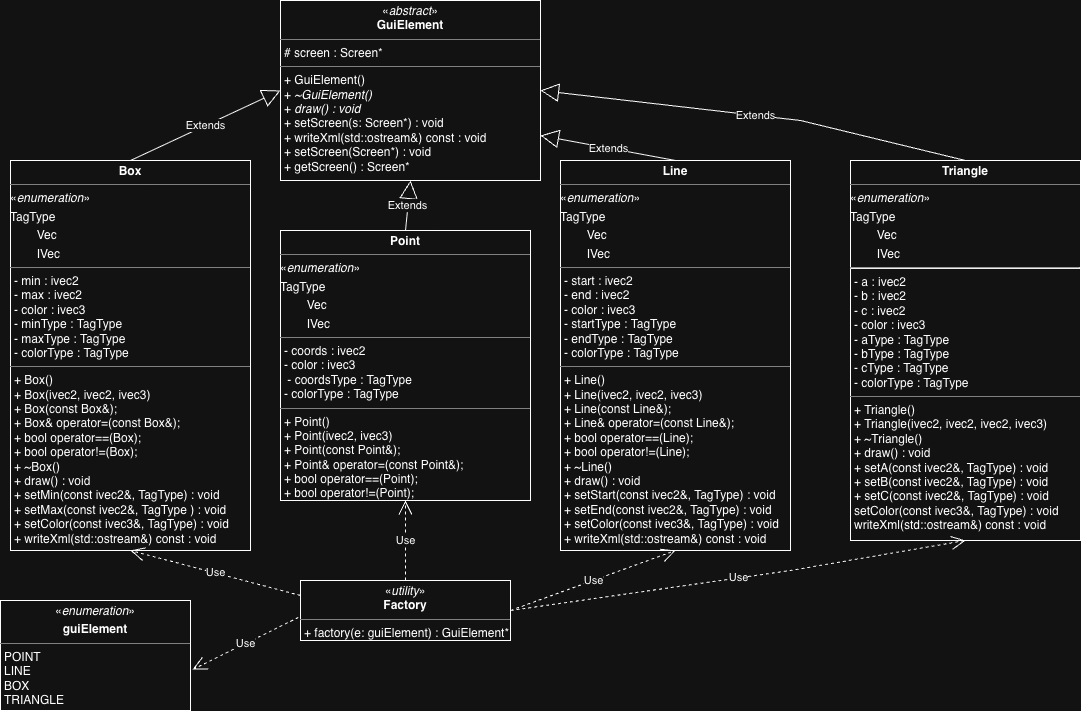
cgreen2048/ArtHuddle keeps this draw.io diagram as images/Milestone004_UML.png. Above is the earlier version. Source tidied: cells renumbered, new cells last; positions are measured from the earlier drawing's top-left corner, leaving out a move shared by most shapes.
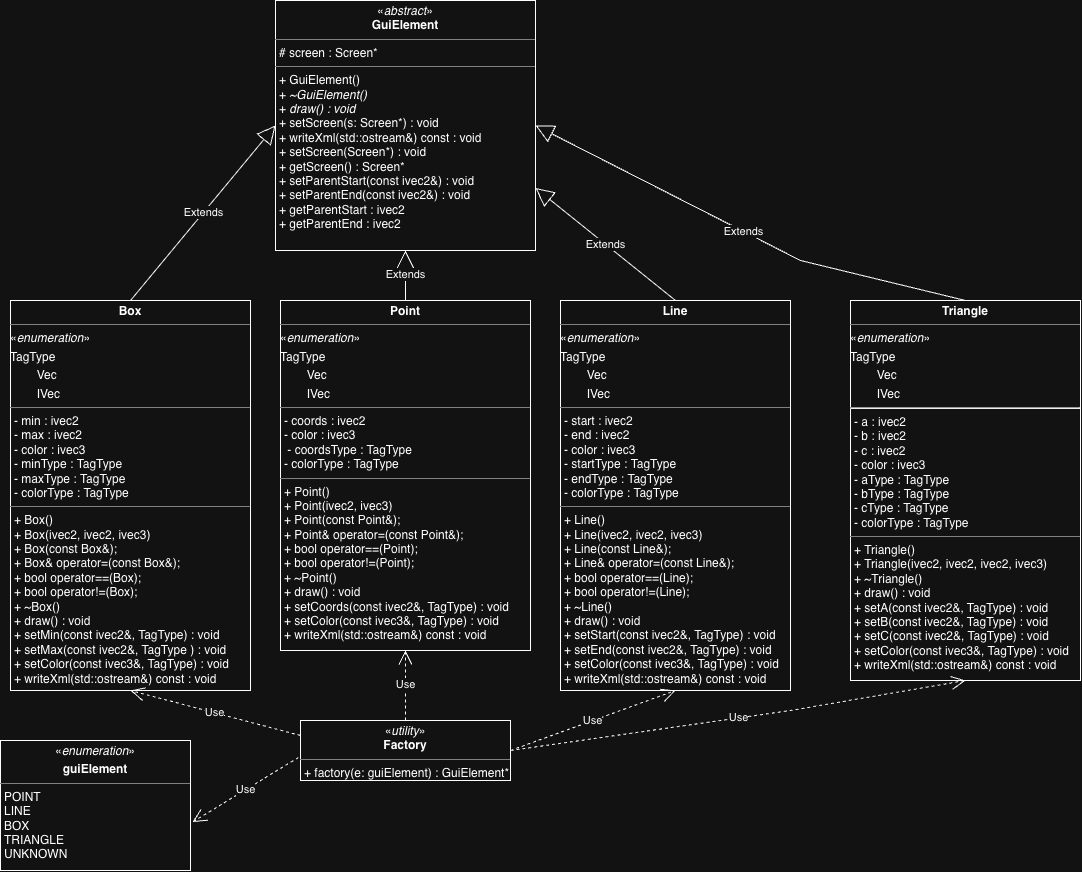
After the commit.

Commit message:
updated milestone 4 uml

Diff of the diagram source:
```diff
@@ -2,11 +2,11 @@
   <root>
     <mxCell id="0" />
     <mxCell id="1" parent="0" />
-    <mxCell id="2" value="&lt;p style=&quot;margin:0px;margin-top:4px;text-align:center;&quot;&gt;&lt;span style=&quot;background-color: transparent; color: light-dark(rgb(0, 0, 0), rgb(255, 255, 255));&quot;&gt;«&lt;/span&gt;&lt;i&gt;abstract&lt;/i&gt;»&lt;br&gt;&lt;b&gt;GuiElement&lt;/b&gt;&lt;/p&gt;&lt;hr size=&quot;1&quot; style=&quot;border-style:solid;&quot;&gt;&lt;p style=&quot;margin:0px;margin-left:4px;&quot;&gt;# screen : Screen*&lt;br&gt;&lt;/p&gt;&lt;hr size=&quot;1&quot; style=&quot;border-style:solid;&quot;&gt;&lt;p style=&quot;margin:0px;margin-left:4px;&quot;&gt;+&amp;nbsp;GuiElement()&lt;br&gt;+&amp;nbsp;&lt;i&gt;~GuiElement()&lt;/i&gt;&lt;/p&gt;&lt;p style=&quot;margin:0px;margin-left:4px;&quot;&gt;+&amp;nbsp;&lt;i&gt;draw()&lt;/i&gt; &lt;i&gt;: void&lt;/i&gt;&lt;/p&gt;&lt;p style=&quot;margin:0px;margin-left:4px;&quot;&gt;+&amp;nbsp;setScreen(s: Screen*) : void&lt;/p&gt;&lt;p style=&quot;margin:0px;margin-left:4px;&quot;&gt;+ writeXml(std::ostream&amp;amp;) const : void&lt;/p&gt;&lt;p style=&quot;margin:0px;margin-left:4px;&quot;&gt;&lt;span style=&quot;white-space: pre; white-space: normal;&quot;&gt;&#9;&#9;&lt;/span&gt;&lt;/p&gt;&lt;p style=&quot;margin:0px;margin-left:4px;&quot;&gt;&lt;span style=&quot;white-space: normal;&quot;&gt;+ setScreen(Screen*) : void&lt;/span&gt;&lt;/p&gt;&lt;p style=&quot;margin:0px;margin-left:4px;&quot;&gt;&lt;span style=&quot;white-space: normal;&quot;&gt;+ getScreen() : Screen*&lt;/span&gt;&lt;/p&gt;&lt;p style=&quot;margin:0px;margin-left:4px;&quot;&gt;&lt;br&gt;&lt;/p&gt;" style="verticalAlign=top;align=left;overflow=fill;html=1;whiteSpace=wrap;" parent="1" vertex="1">
-      <mxGeometry x="280" width="260" height="180" as="geometry" />
+    <mxCell id="2" value="&lt;p style=&quot;margin:0px;margin-top:4px;text-align:center;&quot;&gt;&lt;span style=&quot;background-color: transparent; color: light-dark(rgb(0, 0, 0), rgb(255, 255, 255));&quot;&gt;«&lt;/span&gt;&lt;i&gt;abstract&lt;/i&gt;»&lt;br&gt;&lt;b&gt;GuiElement&lt;/b&gt;&lt;/p&gt;&lt;hr size=&quot;1&quot; style=&quot;border-style:solid;&quot;&gt;&lt;p style=&quot;margin:0px;margin-left:4px;&quot;&gt;# screen : Screen*&lt;br&gt;&lt;/p&gt;&lt;hr size=&quot;1&quot; style=&quot;border-style:solid;&quot;&gt;&lt;p style=&quot;margin:0px;margin-left:4px;&quot;&gt;+&amp;nbsp;GuiElement()&lt;br&gt;+&amp;nbsp;&lt;i&gt;~GuiElement()&lt;/i&gt;&lt;/p&gt;&lt;p style=&quot;margin:0px;margin-left:4px;&quot;&gt;+&amp;nbsp;&lt;i&gt;draw()&lt;/i&gt; &lt;i&gt;: void&lt;/i&gt;&lt;/p&gt;&lt;p style=&quot;margin:0px;margin-left:4px;&quot;&gt;+&amp;nbsp;setScreen(s: Screen*) : void&lt;/p&gt;&lt;p style=&quot;margin:0px;margin-left:4px;&quot;&gt;+ writeXml(std::ostream&amp;amp;) const : void&lt;/p&gt;&lt;p style=&quot;margin:0px;margin-left:4px;&quot;&gt;&lt;span style=&quot;white-space: pre; white-space: normal;&quot;&gt;&#9;&#9;&lt;/span&gt;&lt;/p&gt;&lt;p style=&quot;margin:0px;margin-left:4px;&quot;&gt;&lt;span style=&quot;white-space: normal;&quot;&gt;+ setScreen(Screen*) : void&lt;/span&gt;&lt;/p&gt;&lt;p style=&quot;margin:0px;margin-left:4px;&quot;&gt;&lt;span style=&quot;white-space: normal;&quot;&gt;+ getScreen() : Screen*&lt;/span&gt;&lt;/p&gt;&lt;p style=&quot;margin:0px;margin-left:4px;&quot;&gt;&lt;span style=&quot;white-space: normal;&quot;&gt;+ setParentStart(const ivec2&amp;amp;) : void&lt;/span&gt;&lt;/p&gt;&lt;p style=&quot;margin:0px;margin-left:4px;&quot;&gt;&lt;span style=&quot;white-space: normal;&quot;&gt;+ setParentEnd(const ivec2&amp;amp;) : void&lt;/span&gt;&lt;/p&gt;&lt;p style=&quot;margin:0px;margin-left:4px;&quot;&gt;&lt;span style=&quot;white-space: normal;&quot;&gt;+ getParentStart : ivec2&lt;/span&gt;&lt;/p&gt;&lt;p style=&quot;margin:0px;margin-left:4px;&quot;&gt;&lt;span style=&quot;white-space: normal;&quot;&gt;+ getParentEnd : ivec2&lt;/span&gt;&lt;/p&gt;&lt;p style=&quot;margin:0px;margin-left:4px;&quot;&gt;&lt;br&gt;&lt;/p&gt;" style="verticalAlign=top;align=left;overflow=fill;html=1;whiteSpace=wrap;" parent="1" vertex="1">
+      <mxGeometry x="275" y="-140" width="260" height="250" as="geometry" />
     </mxCell>
-    <mxCell id="3" value="&lt;p style=&quot;margin:0px;margin-top:4px;text-align:center;&quot;&gt;«&lt;i&gt;enumeration&lt;/i&gt;»&lt;br&gt;&lt;/p&gt;&lt;p style=&quot;margin:0px;margin-top:4px;text-align:center;&quot;&gt;&lt;b&gt;guiElement&lt;/b&gt;&lt;/p&gt;&lt;hr size=&quot;1&quot; style=&quot;border-style:solid;&quot;&gt;&lt;p style=&quot;margin:0px;margin-left:4px;&quot;&gt;POINT&lt;br&gt;LINE&lt;/p&gt;&lt;p style=&quot;margin:0px;margin-left:4px;&quot;&gt;BOX&lt;/p&gt;&lt;p style=&quot;margin:0px;margin-left:4px;&quot;&gt;TRIANGLE&lt;/p&gt;" style="verticalAlign=top;align=left;overflow=fill;html=1;whiteSpace=wrap;" parent="1" vertex="1">
-      <mxGeometry y="600" width="190" height="110" as="geometry" />
+    <mxCell id="3" value="&lt;p style=&quot;margin:0px;margin-top:4px;text-align:center;&quot;&gt;«&lt;i&gt;enumeration&lt;/i&gt;»&lt;br&gt;&lt;/p&gt;&lt;p style=&quot;margin:0px;margin-top:4px;text-align:center;&quot;&gt;&lt;b&gt;guiElement&lt;/b&gt;&lt;/p&gt;&lt;hr size=&quot;1&quot; style=&quot;border-style:solid;&quot;&gt;&lt;p style=&quot;margin:0px;margin-left:4px;&quot;&gt;POINT&lt;br&gt;LINE&lt;/p&gt;&lt;p style=&quot;margin:0px;margin-left:4px;&quot;&gt;BOX&lt;/p&gt;&lt;p style=&quot;margin:0px;margin-left:4px;&quot;&gt;TRIANGLE&lt;/p&gt;&lt;p style=&quot;margin:0px;margin-left:4px;&quot;&gt;UNKNOWN&lt;/p&gt;" style="verticalAlign=top;align=left;overflow=fill;html=1;whiteSpace=wrap;" parent="1" vertex="1">
+      <mxGeometry y="600" width="190" height="130" as="geometry" />
     </mxCell>
     <mxCell id="4" value="&lt;p style=&quot;margin:0px;margin-top:4px;text-align:center;&quot;&gt;&lt;span style=&quot;background-color: transparent; color: light-dark(rgb(0, 0, 0), rgb(255, 255, 255));&quot;&gt;«&lt;/span&gt;&lt;i&gt;utility&lt;/i&gt;»&lt;br&gt;&lt;b&gt;Factory&lt;/b&gt;&lt;/p&gt;&lt;hr size=&quot;1&quot; style=&quot;border-style:solid;&quot;&gt;&lt;p style=&quot;margin:0px;margin-left:4px;&quot;&gt;+ factory(e: guiElement) : GuiElement*&lt;br&gt;&lt;br&gt;&lt;/p&gt;&lt;p style=&quot;margin:0px;margin-left:4px;&quot;&gt;&lt;br&gt;&lt;/p&gt;" style="verticalAlign=top;align=left;overflow=fill;html=1;whiteSpace=wrap;" parent="1" vertex="1">
       <mxGeometry x="300" y="580" width="210" height="60" as="geometry" />
@@ -18,7 +18,7 @@
       <mxGeometry x="560" y="160" width="230" height="390" as="geometry" />
     </mxCell>
     <mxCell id="7" value="&lt;p style=&quot;margin:0px;margin-top:4px;text-align:center;&quot;&gt;&lt;b&gt;Point&lt;/b&gt;&lt;/p&gt;&lt;hr size=&quot;1&quot; style=&quot;border-style:solid;&quot;&gt;&lt;p style=&quot;margin: 4px 0px 0px;&quot;&gt;«&lt;i&gt;enumeration&lt;/i&gt;»&lt;/p&gt;&lt;p style=&quot;margin: 4px 0px 0px;&quot;&gt;TagType&lt;/p&gt;&lt;p style=&quot;margin: 4px 0px 0px;&quot;&gt;&lt;span style=&quot;white-space: pre;&quot;&gt;&#9;&lt;/span&gt;Vec&lt;br&gt;&lt;/p&gt;&lt;p style=&quot;margin: 4px 0px 0px;&quot;&gt;&lt;span style=&quot;white-space: pre;&quot;&gt;&#9;&lt;/span&gt;IVec&lt;/p&gt;&lt;hr size=&quot;1&quot; style=&quot;border-style: solid;&quot;&gt;&lt;p style=&quot;margin: 0px 0px 0px 4px;&quot;&gt;&lt;span style=&quot;background-color: transparent; color: light-dark(rgb(0, 0, 0), rgb(255, 255, 255));&quot;&gt;- coords : ivec2&lt;/span&gt;&lt;/p&gt;&lt;p style=&quot;margin:0px;margin-left:4px;&quot;&gt;- color : ivec3&lt;/p&gt;&lt;p style=&quot;margin:0px;margin-left:4px;&quot;&gt;&amp;nbsp;- coordsType : TagType&lt;/p&gt;&lt;p style=&quot;margin:0px;margin-left:4px;&quot;&gt;&lt;span style=&quot;white-space: normal;&quot;&gt;- colorType :&amp;nbsp;&lt;/span&gt;&lt;span style=&quot;background-color: transparent; color: light-dark(rgb(0, 0, 0), rgb(255, 255, 255));&quot;&gt;TagType&lt;/span&gt;&lt;/p&gt;&lt;hr size=&quot;1&quot; style=&quot;border-style:solid;&quot;&gt;&lt;p style=&quot;margin:0px;margin-left:4px;&quot;&gt;+ Point()&lt;/p&gt;&lt;p style=&quot;margin:0px;margin-left:4px;&quot;&gt;+ Point(ivec2, ivec3)&lt;/p&gt;&lt;p style=&quot;margin:0px;margin-left:4px;&quot;&gt;+ Point(const Point&amp;amp;);&lt;/p&gt;&lt;p style=&quot;margin:0px;margin-left:4px;&quot;&gt;+ Point&amp;amp; operator=(const Point&amp;amp;);&lt;/p&gt;&lt;p style=&quot;margin:0px;margin-left:4px;&quot;&gt;&lt;span style=&quot;white-space: normal;&quot;&gt;+ bool operator==(Point);&lt;/span&gt;&lt;/p&gt;&lt;p style=&quot;margin:0px;margin-left:4px;&quot;&gt;+ bool operator!=(Point);&lt;/p&gt;&lt;p style=&quot;margin:0px;margin-left:4px;&quot;&gt;+&amp;nbsp;~Point()&lt;/p&gt;&lt;p style=&quot;margin:0px;margin-left:4px;&quot;&gt;+&amp;nbsp;draw() : void&lt;/p&gt;&lt;p style=&quot;margin:0px;margin-left:4px;&quot;&gt;+ setCoords(const ivec2&amp;amp;, TagType) : void&lt;/p&gt;&lt;p style=&quot;margin:0px;margin-left:4px;&quot;&gt;&lt;span style=&quot;white-space: normal;&quot;&gt;+ setColor(const ivec3&amp;amp;, TagType) : void&lt;/span&gt;&lt;/p&gt;&lt;p style=&quot;margin:0px;margin-left:4px;&quot;&gt;&lt;span style=&quot;white-space: normal;&quot;&gt;+ writeXml(std::ostream&amp;amp;) const : void&lt;/span&gt;&lt;/p&gt;" style="verticalAlign=top;align=left;overflow=fill;html=1;whiteSpace=wrap;" parent="1" vertex="1">
-      <mxGeometry x="280" y="230" width="250" height="270" as="geometry" />
+      <mxGeometry x="280" y="160" width="250" height="350" as="geometry" />
     </mxCell>
     <mxCell id="8" value="Extends" style="endArrow=block;endSize=16;endFill=0;html=1;rounded=0;exitX=0.5;exitY=0;exitDx=0;exitDy=0;entryX=0;entryY=0.5;entryDx=0;entryDy=0;" parent="1" edge="1" source="5" target="2">
       <mxGeometry relative="1" as="geometry" />
@@ -41,7 +41,7 @@
     <mxCell id="14" value="Use" style="endArrow=open;endSize=12;dashed=1;html=1;rounded=0;entryX=1.011;entryY=0.627;entryDx=0;entryDy=0;entryPerimeter=0;exitX=-0.01;exitY=0.617;exitDx=0;exitDy=0;exitPerimeter=0;" parent="1" edge="1" source="4" target="3">
       <mxGeometry relative="1" as="geometry" />
     </mxCell>
-    <mxCell id="15" value="&lt;p style=&quot;margin:0px;margin-top:4px;text-align:center;&quot;&gt;&lt;b&gt;Triangle&lt;/b&gt;&lt;/p&gt;&lt;hr size=&quot;1&quot; style=&quot;border-style:solid;&quot;&gt;&lt;p style=&quot;margin: 4px 0px 0px;&quot;&gt;«&lt;i&gt;enumeration&lt;/i&gt;»&lt;/p&gt;&lt;p style=&quot;margin: 4px 0px 0px;&quot;&gt;TagType&lt;/p&gt;&lt;p style=&quot;margin: 4px 0px 0px;&quot;&gt;&lt;span style=&quot;white-space: pre;&quot;&gt;&#9;&lt;/span&gt;Vec&lt;br&gt;&lt;/p&gt;&lt;p style=&quot;margin: 4px 0px 0px;&quot;&gt;&lt;span style=&quot;white-space: pre;&quot;&gt;&#9;&lt;/span&gt;IVec&lt;/p&gt;&lt;hr&gt;&lt;p style=&quot;margin:0px;margin-left:4px;&quot;&gt;&lt;span style=&quot;background-color: transparent; color: light-dark(rgb(0, 0, 0), rgb(255, 255, 255));&quot;&gt;- a : ivec2&lt;/span&gt;&lt;/p&gt;&lt;p style=&quot;margin:0px;margin-left:4px;&quot;&gt;- b : ivec2&lt;/p&gt;&lt;p style=&quot;margin:0px;margin-left:4px;&quot;&gt;- c : ivec2&lt;/p&gt;&lt;p style=&quot;margin:0px;margin-left:4px;&quot;&gt;- color : ivec3&lt;br&gt;&lt;/p&gt;&lt;p style=&quot;margin:0px;margin-left:4px;&quot;&gt;-&amp;nbsp;&lt;span style=&quot;background-color: transparent;&quot;&gt;aType : TagType&lt;/span&gt;&lt;/p&gt;&lt;p style=&quot;margin:0px;margin-left:4px;&quot;&gt;&lt;span style=&quot;white-space: normal;&quot;&gt;- bType : TagType&lt;/span&gt;&lt;/p&gt;&lt;p style=&quot;margin:0px;margin-left:4px;&quot;&gt;- cType : TagType&lt;/p&gt;&lt;p style=&quot;margin:0px;margin-left:4px;&quot;&gt;&lt;span style=&quot;white-space: normal;&quot;&gt;- colorType : TagType&lt;/span&gt;&lt;/p&gt;&lt;hr size=&quot;1&quot; style=&quot;border-style:solid;&quot;&gt;&lt;p style=&quot;margin:0px;margin-left:4px;&quot;&gt;+ Triangle()&lt;/p&gt;&lt;p style=&quot;margin:0px;margin-left:4px;&quot;&gt;+ Triangle(ivec2, ivec2, ivec2, ivec3)&lt;/p&gt;&lt;p style=&quot;margin:0px;margin-left:4px;&quot;&gt;&lt;span style=&quot;background-color: transparent; color: light-dark(rgb(0, 0, 0), rgb(255, 255, 255));&quot;&gt;+&amp;nbsp;~Triangle()&lt;/span&gt;&lt;/p&gt;&lt;p style=&quot;margin:0px;margin-left:4px;&quot;&gt;+&amp;nbsp;draw() : void&lt;/p&gt;&lt;p style=&quot;margin:0px;margin-left:4px;&quot;&gt;+ setA(const ivec2&amp;amp;, TagType) : void&lt;/p&gt;&lt;p style=&quot;margin:0px;margin-left:4px;&quot;&gt;&lt;span style=&quot;white-space: normal;&quot;&gt;+ setB(const ivec2&amp;amp;, TagType) : void&lt;/span&gt;&lt;/p&gt;&lt;p style=&quot;margin:0px;margin-left:4px;&quot;&gt;+ setC(const ivec2&amp;amp;, TagType) : void&lt;/p&gt;&lt;p style=&quot;margin:0px;margin-left:4px;&quot;&gt;&lt;span style=&quot;white-space: normal;&quot;&gt;setColor(const ivec3&amp;amp;, TagType) : void&lt;/span&gt;&lt;/p&gt;&lt;p style=&quot;margin:0px;margin-left:4px;&quot;&gt;&lt;span style=&quot;white-space: normal;&quot;&gt;writeXml(std::ostream&amp;amp;) const : void&lt;/span&gt;&lt;/p&gt;" style="verticalAlign=top;align=left;overflow=fill;html=1;whiteSpace=wrap;" parent="1" vertex="1">
+    <mxCell id="15" value="&lt;p style=&quot;margin:0px;margin-top:4px;text-align:center;&quot;&gt;&lt;b&gt;Triangle&lt;/b&gt;&lt;/p&gt;&lt;hr size=&quot;1&quot; style=&quot;border-style:solid;&quot;&gt;&lt;p style=&quot;margin: 4px 0px 0px;&quot;&gt;«&lt;i&gt;enumeration&lt;/i&gt;»&lt;/p&gt;&lt;p style=&quot;margin: 4px 0px 0px;&quot;&gt;TagType&lt;/p&gt;&lt;p style=&quot;margin: 4px 0px 0px;&quot;&gt;&lt;span style=&quot;white-space: pre;&quot;&gt;&#9;&lt;/span&gt;Vec&lt;br&gt;&lt;/p&gt;&lt;p style=&quot;margin: 4px 0px 0px;&quot;&gt;&lt;span style=&quot;white-space: pre;&quot;&gt;&#9;&lt;/span&gt;IVec&lt;/p&gt;&lt;hr&gt;&lt;p style=&quot;margin:0px;margin-left:4px;&quot;&gt;&lt;span style=&quot;background-color: transparent; color: light-dark(rgb(0, 0, 0), rgb(255, 255, 255));&quot;&gt;- a : ivec2&lt;/span&gt;&lt;/p&gt;&lt;p style=&quot;margin:0px;margin-left:4px;&quot;&gt;- b : ivec2&lt;/p&gt;&lt;p style=&quot;margin:0px;margin-left:4px;&quot;&gt;- c : ivec2&lt;/p&gt;&lt;p style=&quot;margin:0px;margin-left:4px;&quot;&gt;- color : ivec3&lt;br&gt;&lt;/p&gt;&lt;p style=&quot;margin:0px;margin-left:4px;&quot;&gt;-&amp;nbsp;&lt;span style=&quot;background-color: transparent;&quot;&gt;aType : TagType&lt;/span&gt;&lt;/p&gt;&lt;p style=&quot;margin:0px;margin-left:4px;&quot;&gt;&lt;span style=&quot;white-space: normal;&quot;&gt;- bType : TagType&lt;/span&gt;&lt;/p&gt;&lt;p style=&quot;margin:0px;margin-left:4px;&quot;&gt;- cType : TagType&lt;/p&gt;&lt;p style=&quot;margin:0px;margin-left:4px;&quot;&gt;&lt;span style=&quot;white-space: normal;&quot;&gt;- colorType : TagType&lt;/span&gt;&lt;/p&gt;&lt;hr size=&quot;1&quot; style=&quot;border-style:solid;&quot;&gt;&lt;p style=&quot;margin:0px;margin-left:4px;&quot;&gt;+ Triangle()&lt;/p&gt;&lt;p style=&quot;margin:0px;margin-left:4px;&quot;&gt;+ Triangle(ivec2, ivec2, ivec2, ivec3)&lt;/p&gt;&lt;p style=&quot;margin:0px;margin-left:4px;&quot;&gt;&lt;span style=&quot;background-color: transparent; color: light-dark(rgb(0, 0, 0), rgb(255, 255, 255));&quot;&gt;+&amp;nbsp;~Triangle()&lt;/span&gt;&lt;/p&gt;&lt;p style=&quot;margin:0px;margin-left:4px;&quot;&gt;+&amp;nbsp;draw() : void&lt;/p&gt;&lt;p style=&quot;margin:0px;margin-left:4px;&quot;&gt;+ setA(const ivec2&amp;amp;, TagType) : void&lt;/p&gt;&lt;p style=&quot;margin:0px;margin-left:4px;&quot;&gt;&lt;span style=&quot;white-space: normal;&quot;&gt;+ setB(const ivec2&amp;amp;, TagType) : void&lt;/span&gt;&lt;/p&gt;&lt;p style=&quot;margin:0px;margin-left:4px;&quot;&gt;+ setC(const ivec2&amp;amp;, TagType) : void&lt;/p&gt;&lt;p style=&quot;margin:0px;margin-left:4px;&quot;&gt;&lt;span style=&quot;white-space: normal;&quot;&gt;+ setColor(const ivec3&amp;amp;, TagType) : void&lt;/span&gt;&lt;/p&gt;&lt;p style=&quot;margin:0px;margin-left:4px;&quot;&gt;&lt;span style=&quot;white-space: normal;&quot;&gt;+ writeXml(std::ostream&amp;amp;) const : void&lt;/span&gt;&lt;/p&gt;" style="verticalAlign=top;align=left;overflow=fill;html=1;whiteSpace=wrap;" parent="1" vertex="1">
       <mxGeometry x="850" y="160" width="230" height="380" as="geometry" />
     </mxCell>
     <mxCell id="16" value="Use" style="endArrow=open;endSize=12;dashed=1;html=1;rounded=0;exitX=1;exitY=0.5;exitDx=0;exitDy=0;entryX=0.5;entryY=1;entryDx=0;entryDy=0;" parent="1" edge="1" source="4" target="15">
@@ -51,9 +51,8 @@
         </Array>
       </mxGeometry>
     </mxCell>
-    <mxCell id="17" value="Extends" style="endArrow=block;endSize=16;endFill=0;html=1;rounded=0;exitX=0.5;exitY=0;exitDx=0;exitDy=0;" parent="1" edge="1" source="15">
+    <mxCell id="17" value="Extends" style="endArrow=block;endSize=16;endFill=0;html=1;rounded=0;exitX=0.5;exitY=0;exitDx=0;exitDy=0;entryX=1;entryY=0.5;entryDx=0;entryDy=0;" parent="1" edge="1" source="15" target="2">
       <mxGeometry relative="1" as="geometry">
-        <mxPoint x="540" y="90" as="targetPoint" />
         <Array as="points">
           <mxPoint x="800" y="120" />
         </Array>
```
